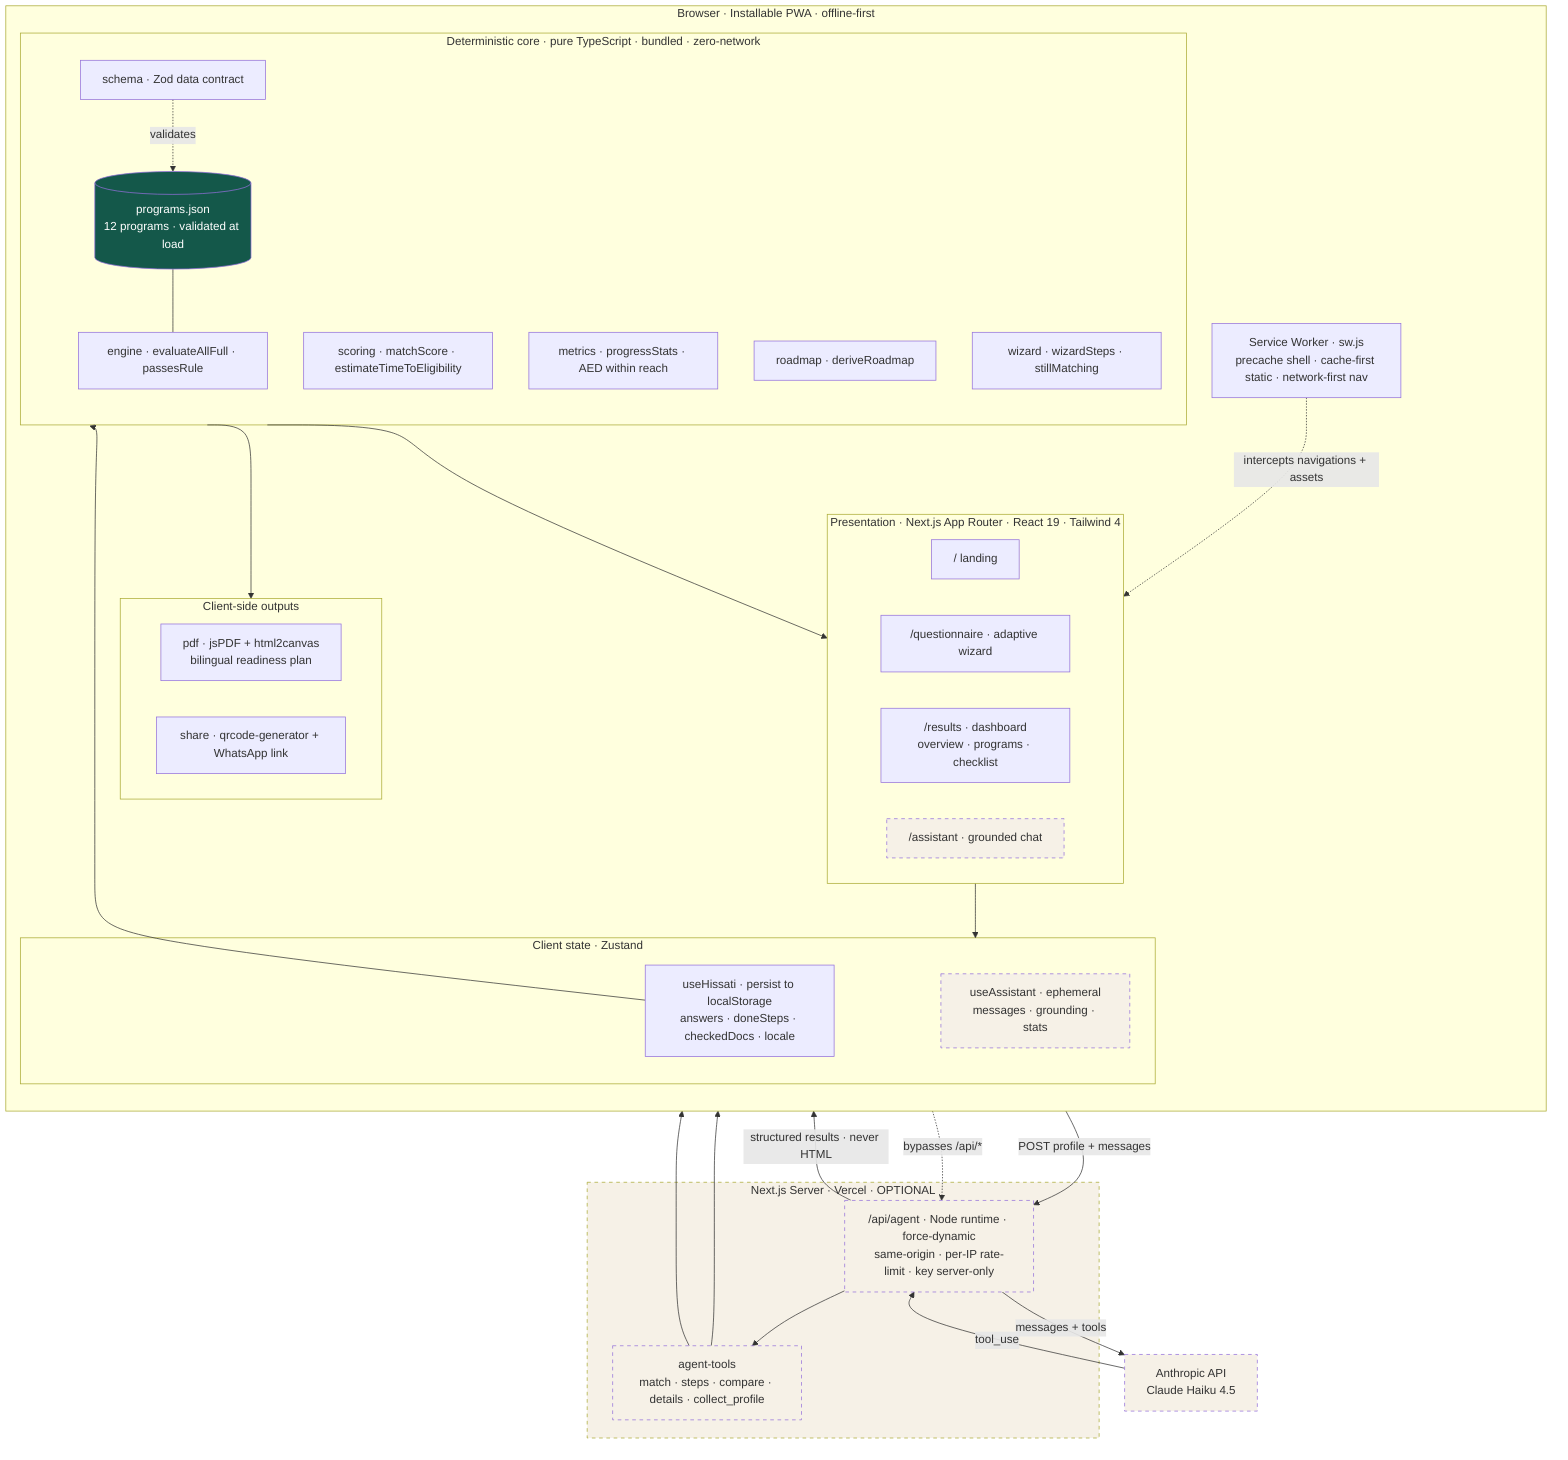
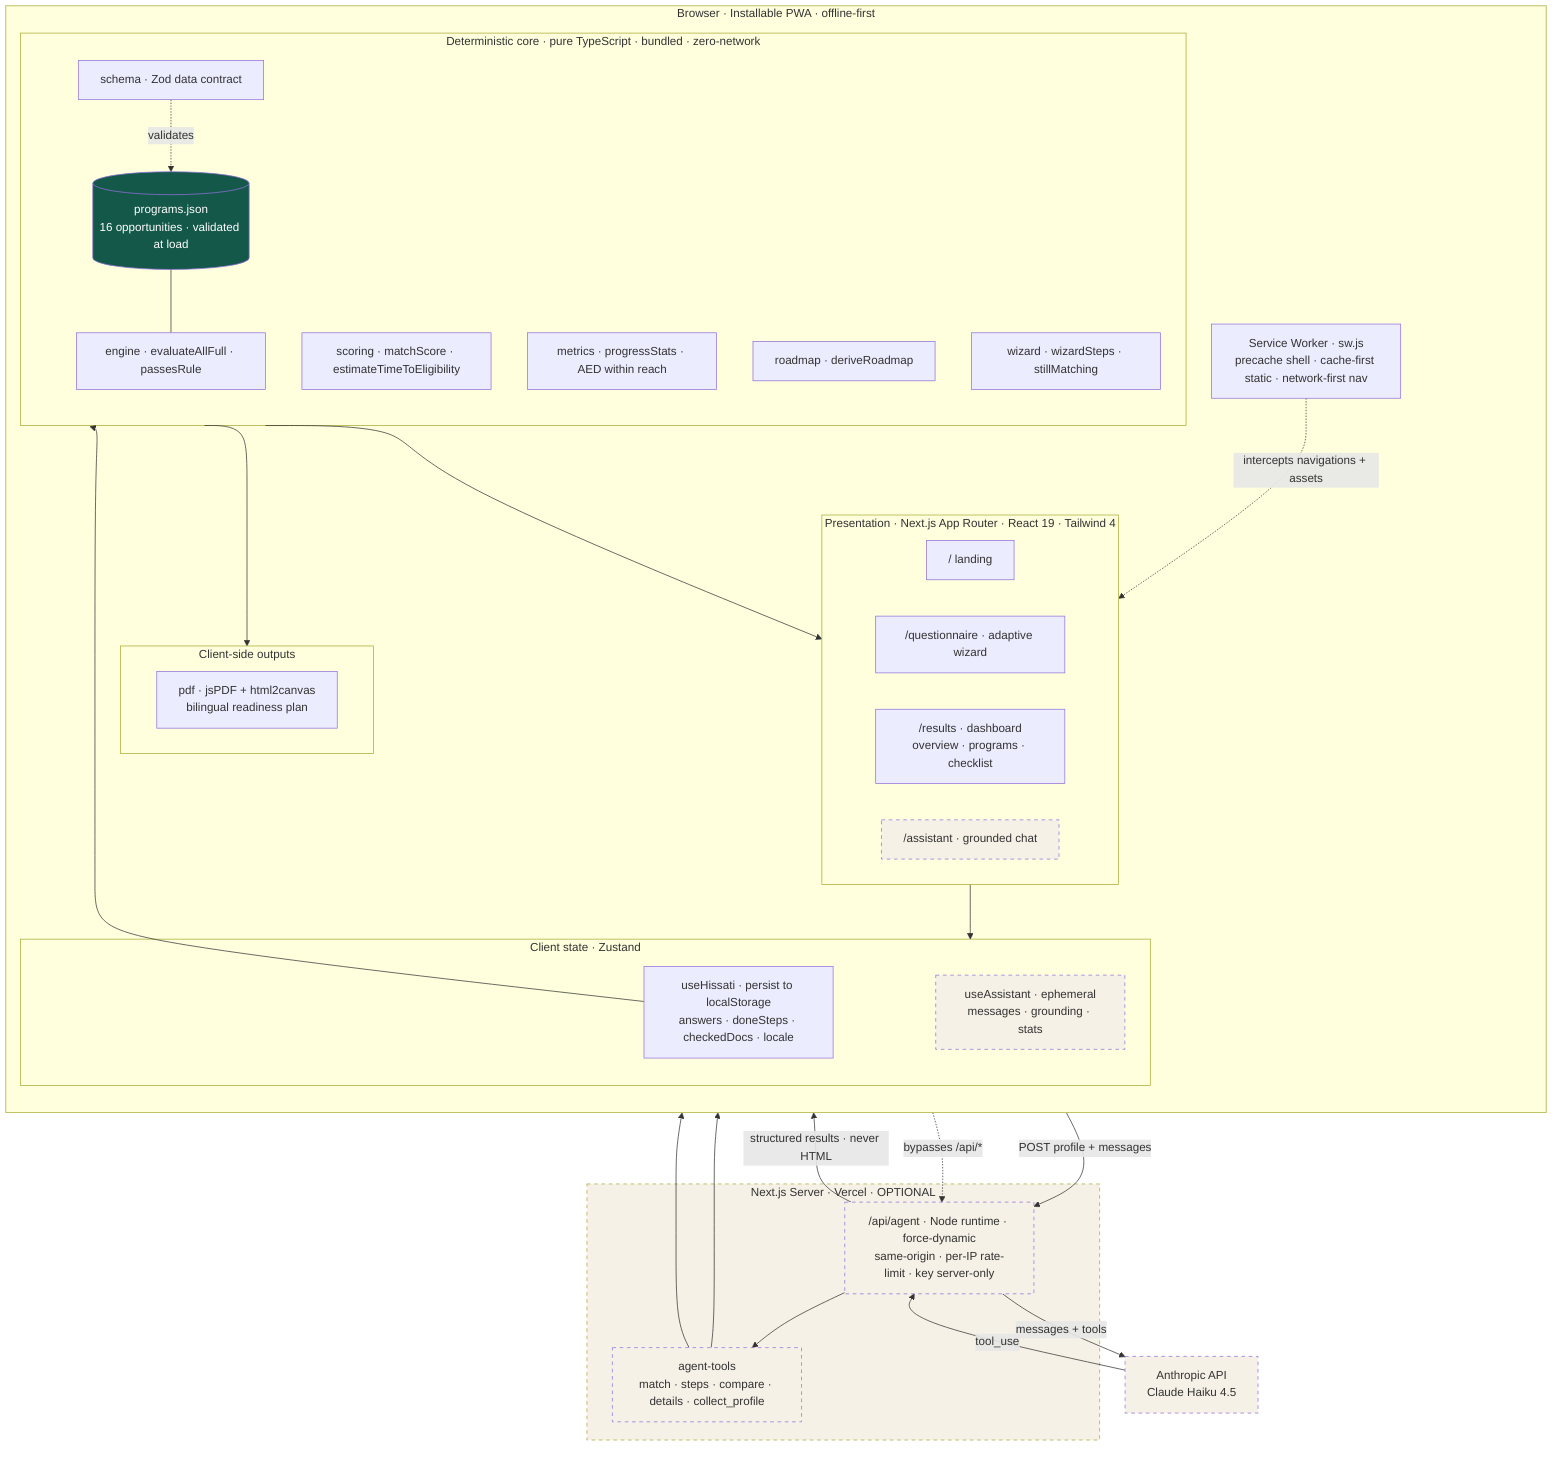
%% Hissati — System Architecture
%% Offline-first PWA with a pure deterministic core; one optional, server-only egress.
flowchart TB
  subgraph CLIENT["Browser · Installable PWA · offline-first"]
    direction TB

    subgraph UI["Presentation · Next.js App Router · React 19 · Tailwind 4"]
      L["/ landing"]
      Q["/questionnaire · adaptive wizard"]
      R["/results · dashboard<br/>overview · programs · checklist"]
      A["/assistant · grounded chat"]
    end

    subgraph STATE["Client state · Zustand"]
      HS["useHissati · persist to localStorage<br/>answers · doneSteps · checkedDocs · locale"]
      AS["useAssistant · ephemeral<br/>messages · grounding · stats"]
    end

    subgraph CORE["Deterministic core · pure TypeScript · bundled · zero-network"]
      ENG["engine · evaluateAllFull · passesRule"]
      SCO["scoring · matchScore · estimateTimeToEligibility"]
      MET["metrics · progressStats · AED within reach"]
      ROAD["roadmap · deriveRoadmap"]
      WIZ["wizard · wizardSteps · stillMatching"]
      SCH["schema · Zod data contract"]
-       KB[("programs.json<br/>12 programs · validated at load")]
+       KB[("programs.json<br/>16 opportunities · validated at load")]
    end

    subgraph OUT["Client-side outputs"]
      PDF["pdf · jsPDF + html2canvas<br/>bilingual readiness plan"]
-       SHARE["share · qrcode-generator + WhatsApp link"]
    end

    SW["Service Worker · sw.js<br/>precache shell · cache-first static · network-first nav"]
  end

  subgraph SERVER["Next.js Server · Vercel · OPTIONAL"]
    API["/api/agent · Node runtime · force-dynamic<br/>same-origin · per-IP rate-limit · key server-only"]
    TOOLS["agent-tools<br/>match · steps · compare · details · collect_profile"]
  end

  EXT["Anthropic API<br/>Claude Haiku 4.5"]

  UI --> STATE
  HS --> CORE
  CORE --> UI
  CORE --> OUT
  KB --- ENG
  SCH -. validates .-> KB

  AS -->|POST profile + messages| API
  API -->|messages + tools| EXT
  EXT -->|tool_use| API
  API --> TOOLS
  TOOLS --> ENG
  TOOLS --> KB
  API -->|structured results · never HTML| AS

  SW -. intercepts navigations + assets .-> UI
  SW -. bypasses /api/* .-> API

  classDef opt stroke-dasharray:5 5,fill:#f6f1e7;
  class SERVER,API,TOOLS,EXT,A,AS opt;
  classDef kb fill:#14584a,color:#ffffff;
  class KB kb;
